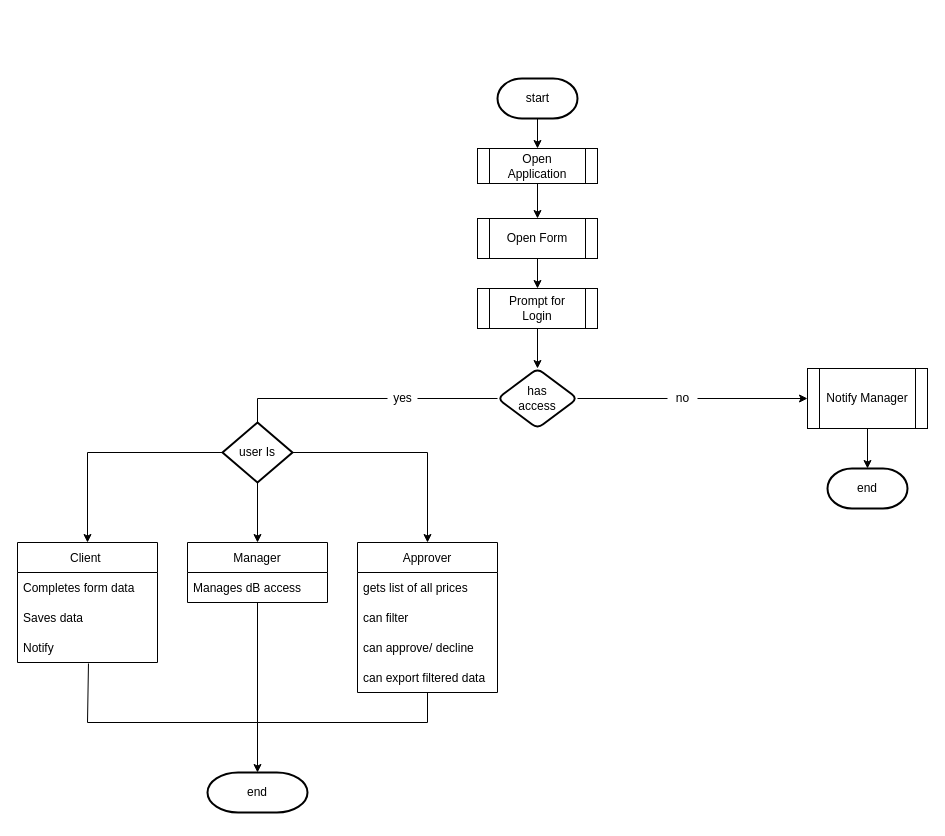
This is Price Manager.drawio from tothzola/price-manager, a draw.io file, before an edit. Source tidied: cells renumbered, new cells numbered last; positions are measured from the earlier drawing's top-left corner, leaving out a move shared by most shapes. Both pictures are drawn from the tidied source at 100%, with x=0, y=0 at pixel (17, 78).
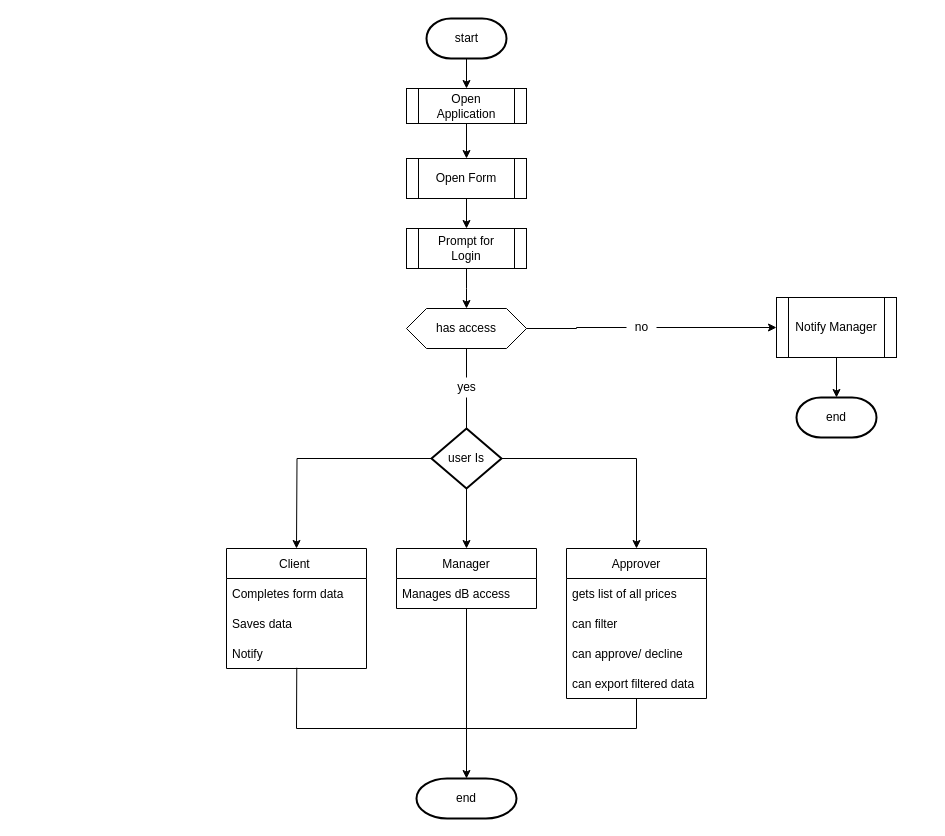
Above is the later version.

The change refers to these unchanged cells:
```xml
<mxCell id="21" value="Notify" style="text;strokeColor=none;fillColor=none;align=left;verticalAlign=middle;spacingLeft=4;spacingRight=4;overflow=hidden;points=[[0,0.5],[1,0.5]];portConstraint=eastwest;" parent="18" vertex="1">
  <mxGeometry y="90" width="140" height="30" as="geometry" />
</mxCell>
<mxCell id="26" value="can export filtered data" style="text;strokeColor=none;fillColor=none;align=left;verticalAlign=middle;spacingLeft=4;spacingRight=4;overflow=hidden;points=[[0,0.5],[1,0.5]];portConstraint=eastwest;" parent="22" vertex="1">
  <mxGeometry y="120" width="140" height="30" as="geometry" />
</mxCell>
```

Change to the diagram source:
```diff
@@
     <mxCell id="3" value="start" style="shape=mxgraph.flowchart.terminator;strokeWidth=2;gradientColor=none;gradientDirection=north;fontStyle=0;html=1;" parent="1" vertex="1">
-      <mxGeometry x="480" width="80" height="40" as="geometry" />
+      <mxGeometry x="409" y="-60" width="80" height="40" as="geometry" />
     </mxCell>
-    <mxCell id="4" style="edgeStyle=orthogonalEdgeStyle;rounded=0;jettySize=auto;html=1;exitX=0.5;exitY=1;exitDx=0;exitDy=0;" parent="1" edge="1" source="9" target="8">
-      <mxGeometry relative="1" as="geometry" />
+    <mxCell id="4" style="edgeStyle=orthogonalEdgeStyle;rounded=0;jettySize=auto;html=1;exitX=0.5;exitY=1;exitDx=0;exitDy=0;" parent="1" edge="1" source="9">
+      <mxGeometry relative="1" as="geometry">
+        <mxPoint x="449" y="230" as="targetPoint" />
+      </mxGeometry>
     </mxCell>
@@
-    <mxCell id="7" style="edgeStyle=orthogonalEdgeStyle;rounded=0;jettySize=auto;html=1;startArrow=none;entryX=0;entryY=0.5;entryDx=0;entryDy=0;" parent="1" edge="1" source="14" target="17">
-      <mxGeometry relative="1" as="geometry" />
-    </mxCell>
-    <mxCell id="8" value="has &lt;br&gt;access" style="rhombus;whiteSpace=wrap;html=1;rounded=1;arcSize=14;strokeWidth=2;" parent="1" vertex="1">
-      <mxGeometry x="480" y="290" width="80" height="60" as="geometry" />
-    </mxCell>
     <mxCell id="9" value="&lt;span&gt;Prompt for&lt;/span&gt;&lt;br&gt;&lt;span&gt;Login&lt;/span&gt;" style="shape=process;whiteSpace=wrap;html=1;backgroundOutline=1;" parent="1" vertex="1">
-      <mxGeometry x="460" y="210" width="120" height="40" as="geometry" />
+      <mxGeometry x="389" y="150" width="120" height="40" as="geometry" />
     </mxCell>
     <mxCell id="10" value="&lt;span&gt;Open Form&lt;/span&gt;" style="shape=process;whiteSpace=wrap;html=1;backgroundOutline=1;" parent="1" vertex="1">
-      <mxGeometry x="460" y="140" width="120" height="40" as="geometry" />
+      <mxGeometry x="389" y="80" width="120" height="40" as="geometry" />
     </mxCell>
     <mxCell id="11" value="&lt;span&gt;Open&lt;/span&gt;&lt;br&gt;&lt;span&gt;Application&lt;/span&gt;" style="shape=process;whiteSpace=wrap;html=1;backgroundOutline=1;" parent="1" vertex="1">
-      <mxGeometry x="460" y="70" width="120" height="35" as="geometry" />
+      <mxGeometry x="389" y="10" width="120" height="35" as="geometry" />
     </mxCell>
-    <mxCell id="12" value="yes" style="text;html=1;align=center;verticalAlign=middle;points=[];strokeColor=none;fillColor=none;" parent="1" vertex="1">
-      <mxGeometry x="370" y="310" width="30" height="20" as="geometry" />
-    </mxCell>
-    <mxCell id="13" style="edgeStyle=orthogonalEdgeStyle;rounded=0;jettySize=auto;html=1;endArrow=none;" parent="1" edge="1" source="8" target="12">
+    <mxCell id="13" style="edgeStyle=orthogonalEdgeStyle;rounded=0;jettySize=auto;html=1;endArrow=none;entryX=0.5;entryY=0;entryDx=0;entryDy=0;entryPerimeter=0;startArrow=none;" parent="1" edge="1" source="12" target="30">
       <mxGeometry relative="1" as="geometry" />
     </mxCell>
-    <mxCell id="14" value="no" style="text;html=1;align=center;verticalAlign=middle;points=[];strokeColor=none;fillColor=none;" parent="1" vertex="1">
-      <mxGeometry x="650" y="310" width="30" height="20" as="geometry" />
-    </mxCell>
-    <mxCell id="15" style="edgeStyle=orthogonalEdgeStyle;rounded=0;jettySize=auto;html=1;endArrow=none;" parent="1" edge="1" source="8" target="14">
-      <mxGeometry relative="1" as="geometry" />
-    </mxCell>
@@
     <mxCell id="17" value="Notify Manager" style="shape=process;whiteSpace=wrap;html=1;backgroundOutline=1;" parent="1" vertex="1">
-      <mxGeometry x="790" y="290" width="120" height="60" as="geometry" />
+      <mxGeometry x="759" y="219" width="120" height="60" as="geometry" />
     </mxCell>
     <mxCell id="18" value="Client " style="swimlane;fontStyle=0;horizontal=1;startSize=30;" parent="1" vertex="1">
-      <mxGeometry y="464" width="140" height="120" as="geometry" />
+      <mxGeometry x="209" y="470" width="140" height="120" as="geometry" />
     </mxCell>
@@
     <mxCell id="22" value="Approver" style="swimlane;fontStyle=0;horizontal=1;startSize=30;" parent="1" vertex="1">
-      <mxGeometry x="340" y="464" width="140" height="150" as="geometry" />
+      <mxGeometry x="549" y="470" width="140" height="150" as="geometry" />
     </mxCell>
@@
-    <mxCell id="28" style="edgeStyle=orthogonalEdgeStyle;rounded=0;jettySize=auto;html=1;exitX=0;exitY=0.5;exitDx=0;exitDy=0;exitPerimeter=0;entryX=0.5;entryY=0;entryDx=0;entryDy=0;" parent="1" edge="1" source="30" target="18">
-      <mxGeometry relative="1" as="geometry" />
+    <mxCell id="28" style="edgeStyle=orthogonalEdgeStyle;rounded=0;jettySize=auto;html=1;exitX=0;exitY=0.5;exitDx=0;exitDy=0;exitPerimeter=0;" parent="1" edge="1" source="30">
+      <mxGeometry relative="1" as="geometry">
+        <mxPoint x="279" y="470" as="targetPoint" />
+      </mxGeometry>
     </mxCell>
@@
     <mxCell id="30" value="user Is" style="strokeWidth=2;html=1;shape=mxgraph.flowchart.decision;whiteSpace=wrap;" parent="1" vertex="1">
-      <mxGeometry x="205" y="344" width="70" height="60" as="geometry" />
+      <mxGeometry x="414" y="350" width="70" height="60" as="geometry" />
     </mxCell>
-    <mxCell id="31" style="edgeStyle=orthogonalEdgeStyle;rounded=0;jettySize=auto;html=1;startArrow=none;endArrow=none;entryX=0.5;entryY=0;entryDx=0;entryDy=0;entryPerimeter=0;" parent="1" edge="1" source="12" target="30">
-      <mxGeometry relative="1" as="geometry">
-        <Array as="points">
-          <mxPoint x="240" y="320" />
-        </Array>
-      </mxGeometry>
-    </mxCell>
     <mxCell id="32" value="Manager" style="swimlane;fontStyle=0;horizontal=1;startSize=30;" parent="1" vertex="1">
-      <mxGeometry x="170" y="464" width="140" height="60" as="geometry" />
+      <mxGeometry x="379" y="470" width="140" height="60" as="geometry" />
     </mxCell>
@@
     <mxCell id="34" value="end" style="strokeWidth=2;html=1;shape=mxgraph.flowchart.terminator;whiteSpace=wrap;" parent="1" vertex="1">
-      <mxGeometry x="810" y="390" width="80" height="40" as="geometry" />
+      <mxGeometry x="779" y="319" width="80" height="40" as="geometry" />
     </mxCell>
     <mxCell id="35" value="end" style="strokeWidth=2;html=1;shape=mxgraph.flowchart.terminator;whiteSpace=wrap;" parent="1" vertex="1">
-      <mxGeometry x="190" y="694" width="100" height="40" as="geometry" />
+      <mxGeometry x="399" y="700" width="100" height="40" as="geometry" />
     </mxCell>
-    <mxCell id="36" style="endArrow=classic;html=1;rounded=0;entryX=0.5;entryY=0;entryDx=0;entryDy=0;entryPerimeter=0;exitX=0.507;exitY=1.033;exitDx=0;exitDy=0;exitPerimeter=0;" parent="1" edge="1" source="21" target="35">
+    <mxCell id="36" style="endArrow=classic;html=1;rounded=0;entryX=0.5;entryY=0;entryDx=0;entryDy=0;entryPerimeter=0;exitX=0.502;exitY=0.976;exitDx=0;exitDy=0;exitPerimeter=0;" parent="1" edge="1" source="21">
       <mxGeometry relative="1" as="geometry">
+        <mxPoint x="449" y="700" as="targetPoint" />
         <Array as="points">
-          <mxPoint x="70" y="644" />
-          <mxPoint x="240" y="644" />
+          <mxPoint x="279" y="650" />
+          <mxPoint x="449" y="650" />
         </Array>
       </mxGeometry>
     </mxCell>
     <mxCell id="37" style="endArrow=none;html=1;rounded=0;entryX=0.5;entryY=1;entryDx=0;entryDy=0;" parent="1" edge="1" target="32">
       <mxGeometry relative="1" as="geometry">
-        <mxPoint x="240" y="644" as="sourcePoint" />
+        <mxPoint x="449" y="650" as="sourcePoint" />
       </mxGeometry>
     </mxCell>
     <mxCell id="38" style="endArrow=none;html=1;rounded=0;" parent="1" edge="1" target="26">
       <mxGeometry relative="1" as="geometry">
-        <mxPoint x="240" y="644" as="sourcePoint" />
+        <mxPoint x="449" y="650" as="sourcePoint" />
         <Array as="points">
-          <mxPoint x="410" y="644" />
+          <mxPoint x="619" y="650" />
         </Array>
       </mxGeometry>
     </mxCell>
+    <mxCell id="12" value="yes" style="text;html=1;align=center;verticalAlign=middle;points=[];strokeColor=none;fillColor=none;" parent="1" vertex="1">
+      <mxGeometry x="434" y="299" width="30" height="20" as="geometry" />
+    </mxCell>
+    <mxCell id="39" style="edgeStyle=orthogonalEdgeStyle;rounded=0;jettySize=auto;html=1;endArrow=none;entryX=0.5;entryY=0;entryDx=0;entryDy=0;entryPerimeter=0;exitX=0.5;exitY=1;exitDx=0;exitDy=0;" parent="1" edge="1" source="8" target="12">
+      <mxGeometry relative="1" as="geometry" />
+    </mxCell>
+    <mxCell id="7" style="edgeStyle=orthogonalEdgeStyle;rounded=0;jettySize=auto;html=1;exitX=1;exitY=0.5;exitDx=0;exitDy=0;startArrow=none;" parent="1" edge="1" source="14" target="17">
+      <mxGeometry relative="1" as="geometry" />
+    </mxCell>
+    <mxCell id="8" value="has access" style="shape=hexagon;perimeter=hexagonPerimeter2;whiteSpace=wrap;html=1;fixedSize=1;" parent="1" vertex="1">
+      <mxGeometry x="389" y="230" width="120" height="40" as="geometry" />
+    </mxCell>
+    <mxCell id="14" value="no" style="text;html=1;align=center;verticalAlign=middle;points=[];strokeColor=none;fillColor=none;" parent="1" vertex="1">
+      <mxGeometry x="609" y="239" width="30" height="20" as="geometry" />
+    </mxCell>
+    <mxCell id="15" style="edgeStyle=orthogonalEdgeStyle;rounded=0;jettySize=auto;html=1;exitX=1;exitY=0.5;exitDx=0;exitDy=0;endArrow=none;" parent="1" edge="1" source="8" target="14">
+      <mxGeometry relative="1" as="geometry" />
+    </mxCell>
```
